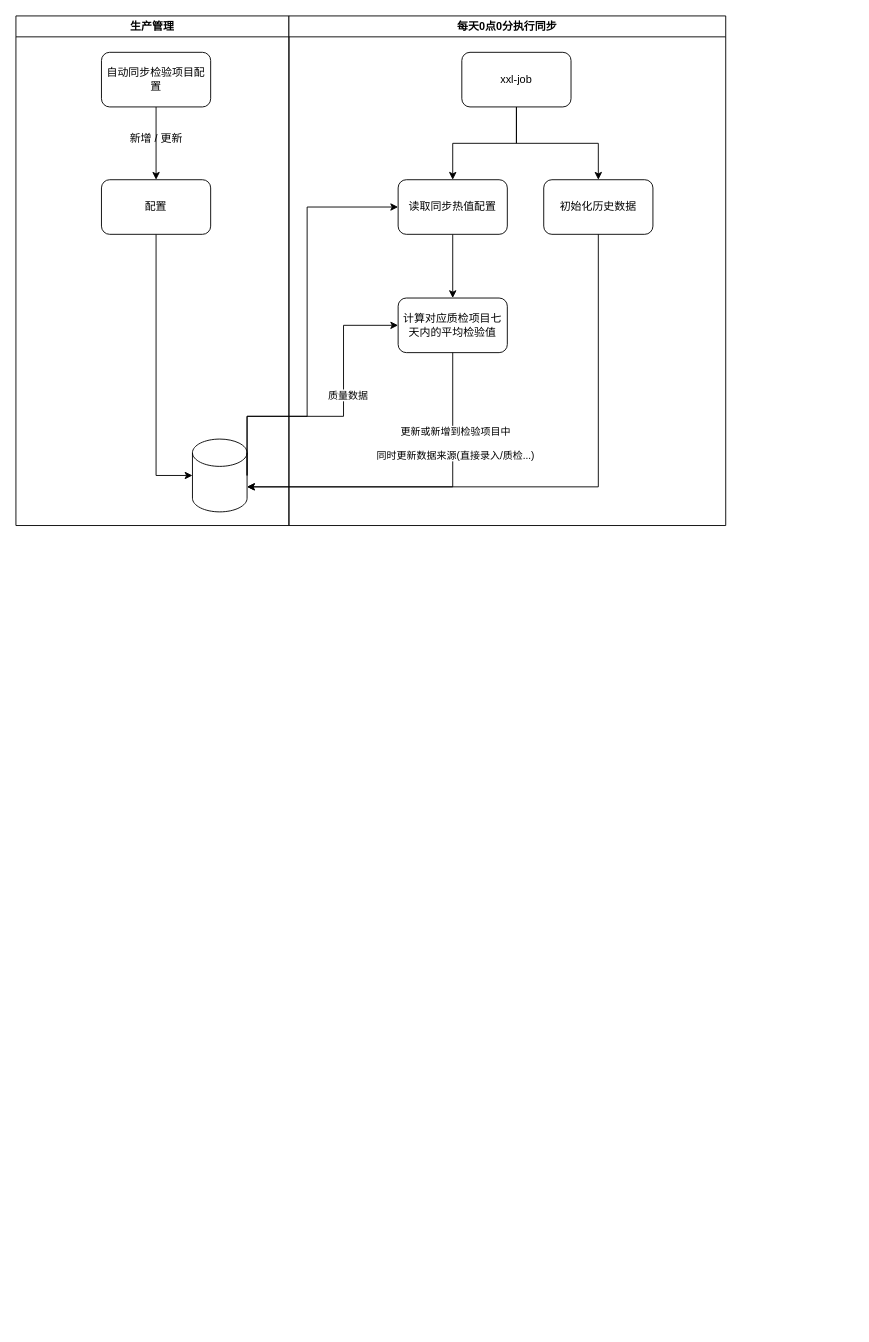
Earlier version of the draw.io diagram Temp.drawio (Leo-Lee-j/sketch). Source tidied: cells renumbered, new cells numbered last; positions are measured from the earlier drawing's top-left corner, leaving out a move shared by most shapes. Both pictures are drawn from the tidied source at 91%, with x=0, y=0 at pixel (15, 15).
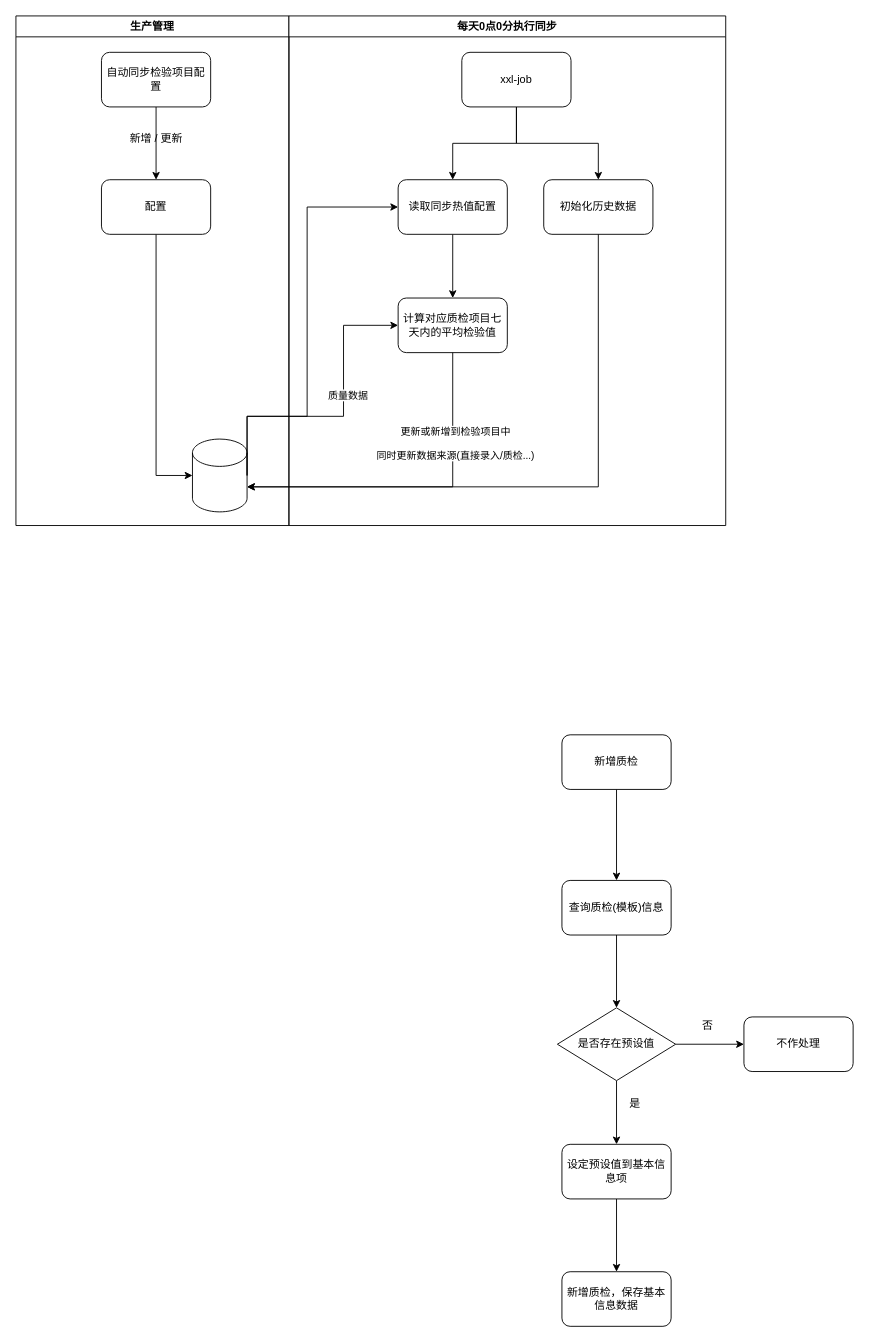
Above is the later version.

Diff of the diagram source:
```diff
@@
+    <mxCell id="23" style="edgeStyle=orthogonalEdgeStyle;rounded=0;jettySize=auto;html=1;exitX=0.5;exitY=1;exitDx=0;exitDy=0;entryX=0.5;entryY=0;entryDx=0;entryDy=0;" parent="1" edge="1" source="24" target="26">
+      <mxGeometry relative="1" as="geometry" />
+    </mxCell>
+    <mxCell id="24" value="新增质检" style="rounded=1;whiteSpace=wrap;html=1;" parent="1" vertex="1">
+      <mxGeometry x="600" y="790" width="120" height="60" as="geometry" />
+    </mxCell>
+    <mxCell id="25" style="edgeStyle=orthogonalEdgeStyle;rounded=0;jettySize=auto;html=1;exitX=0.5;exitY=1;exitDx=0;exitDy=0;entryX=0.5;entryY=0;entryDx=0;entryDy=0;" parent="1" edge="1" source="26" target="29">
+      <mxGeometry relative="1" as="geometry" />
+    </mxCell>
+    <mxCell id="26" value="查询质检(模板)信息" style="rounded=1;whiteSpace=wrap;html=1;" parent="1" vertex="1">
+      <mxGeometry x="600" y="950" width="120" height="60" as="geometry" />
+    </mxCell>
+    <mxCell id="27" style="edgeStyle=orthogonalEdgeStyle;rounded=0;jettySize=auto;html=1;exitX=0.5;exitY=1;exitDx=0;exitDy=0;entryX=0.5;entryY=0;entryDx=0;entryDy=0;" parent="1" edge="1" source="29" target="31">
+      <mxGeometry relative="1" as="geometry" />
+    </mxCell>
+    <mxCell id="28" style="edgeStyle=orthogonalEdgeStyle;rounded=0;jettySize=auto;html=1;exitX=1;exitY=0.5;exitDx=0;exitDy=0;entryX=0;entryY=0.5;entryDx=0;entryDy=0;" parent="1" edge="1" source="29" target="32">
+      <mxGeometry relative="1" as="geometry" />
+    </mxCell>
+    <mxCell id="29" value="是否存在预设值" style="rhombus;whiteSpace=wrap;html=1;" parent="1" vertex="1">
+      <mxGeometry x="595" y="1090" width="130" height="80" as="geometry" />
+    </mxCell>
+    <mxCell id="30" style="edgeStyle=orthogonalEdgeStyle;rounded=0;jettySize=auto;html=1;exitX=0.5;exitY=1;exitDx=0;exitDy=0;entryX=0.5;entryY=0;entryDx=0;entryDy=0;" parent="1" edge="1" source="31" target="35">
+      <mxGeometry relative="1" as="geometry" />
+    </mxCell>
+    <mxCell id="31" value="设定预设值到基本信息项" style="rounded=1;whiteSpace=wrap;html=1;" parent="1" vertex="1">
+      <mxGeometry x="600" y="1240" width="120" height="60" as="geometry" />
+    </mxCell>
+    <mxCell id="32" value="不作处理" style="rounded=1;whiteSpace=wrap;html=1;" parent="1" vertex="1">
+      <mxGeometry x="800" y="1100" width="120" height="60" as="geometry" />
+    </mxCell>
+    <mxCell id="33" value="否" style="text;html=1;align=center;verticalAlign=middle;strokeColor=none;fillColor=none;" parent="1" vertex="1">
+      <mxGeometry x="740" y="1095" width="40" height="30" as="geometry" />
+    </mxCell>
+    <mxCell id="34" value="是" style="text;html=1;align=center;verticalAlign=middle;strokeColor=none;fillColor=none;" parent="1" vertex="1">
+      <mxGeometry x="660" y="1180" width="40" height="30" as="geometry" />
+    </mxCell>
+    <mxCell id="35" value="新增质检，保存基本信息数据" style="rounded=1;whiteSpace=wrap;html=1;" parent="1" vertex="1">
+      <mxGeometry x="600" y="1380" width="120" height="60" as="geometry" />
+    </mxCell>
```
